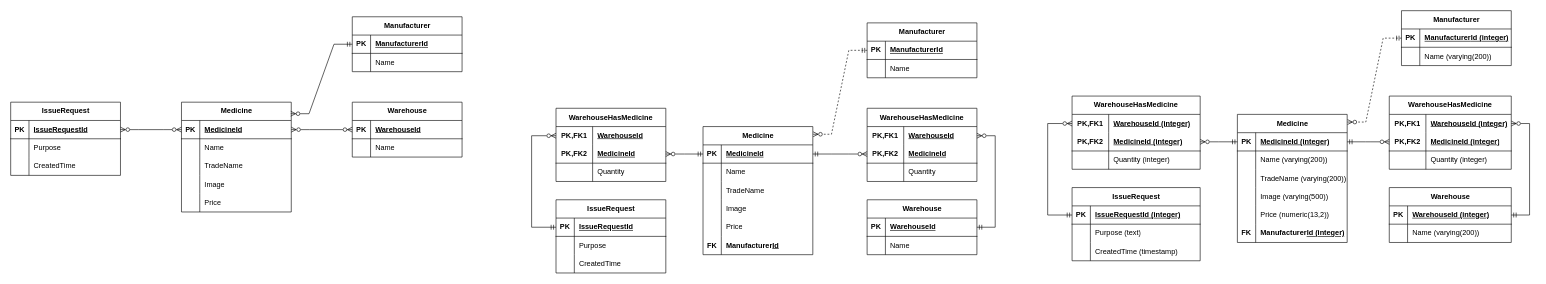
Before: Проектирование/DB/db.drawio in 4qiz/Practika2024, a draw.io diagram. Source tidied: cells renumbered, new cells numbered last; positions are measured from the earlier drawing's top-left corner, leaving out a move shared by most shapes. Both pictures are drawn from the tidied source at 61%, with x=0, y=0 at pixel (10, 10).
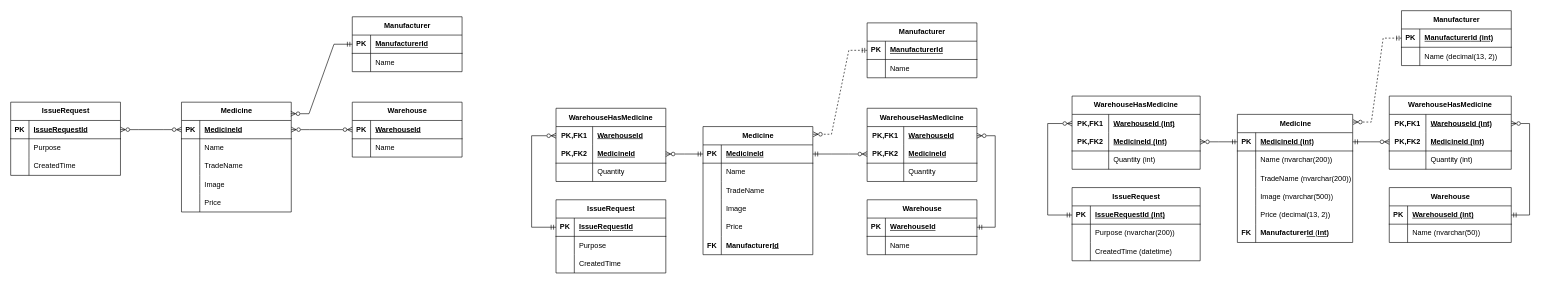
The same diagram, later.

Unchanged cells that the change refers to:
```xml
<mxCell id="133" style="shape=tableRow;horizontal=0;startSize=0;swimlaneHead=0;swimlaneBody=0;fillColor=none;points=[[0,0.5],[1,0.5]];portConstraint=eastwest;top=0;left=0;right=0;bottom=1;" parent="132" vertex="1">
  <mxGeometry y="30" width="200" height="30" as="geometry" />
</mxCell>
<mxCell id="136" style="shape=tableRow;horizontal=0;startSize=0;swimlaneHead=0;swimlaneBody=0;fillColor=none;top=0;left=0;right=0;bottom=0;" parent="132" vertex="1">
  <mxGeometry y="60" width="200" height="30" as="geometry" />
</mxCell>
<mxCell id="140" style="shape=tableRow;horizontal=0;startSize=0;swimlaneHead=0;swimlaneBody=0;fillColor=none;points=[[0,0.5],[1,0.5]];portConstraint=eastwest;top=0;left=0;right=0;bottom=1;" parent="139" vertex="1">
  <mxGeometry y="30" width="180" height="30" as="geometry" />
</mxCell>
<mxCell id="143" style="shape=tableRow;horizontal=0;startSize=0;swimlaneHead=0;swimlaneBody=0;fillColor=none;top=0;left=0;right=0;bottom=0;" parent="139" vertex="1">
  <mxGeometry y="60" width="180" height="30" as="geometry" />
</mxCell>
<mxCell id="148" style="shape=tableRow;horizontal=0;startSize=0;swimlaneHead=0;swimlaneBody=0;fillColor=none;points=[[0,0.5],[1,0.5]];portConstraint=eastwest;top=0;left=0;right=0;bottom=1;" parent="147" vertex="1">
  <mxGeometry y="30" width="210" height="30" as="geometry" />
</mxCell>
<mxCell id="151" style="shape=tableRow;horizontal=0;startSize=0;swimlaneHead=0;swimlaneBody=0;fillColor=none;top=0;left=0;right=0;bottom=0;" parent="147" vertex="1">
  <mxGeometry y="60" width="210" height="30" as="geometry" />
</mxCell>
<mxCell id="154" style="shape=tableRow;horizontal=0;startSize=0;swimlaneHead=0;swimlaneBody=0;fillColor=none;top=0;left=0;right=0;bottom=0;" parent="147" vertex="1">
  <mxGeometry y="90" width="210" height="30" as="geometry" />
</mxCell>
<mxCell id="158" style="shape=tableRow;horizontal=0;startSize=0;swimlaneHead=0;swimlaneBody=0;fillColor=none;points=[[0,0.5],[1,0.5]];portConstraint=eastwest;top=0;left=0;right=0;bottom=0;html=1;" parent="157" vertex="1">
  <mxGeometry y="30" width="200" height="30" as="geometry" />
</mxCell>
<mxCell id="161" style="shape=tableRow;horizontal=0;startSize=0;swimlaneHead=0;swimlaneBody=0;fillColor=none;points=[[0,0.5],[1,0.5]];portConstraint=eastwest;top=0;left=0;right=0;bottom=1;html=1;" parent="157" vertex="1">
  <mxGeometry y="60" width="200" height="30" as="geometry" />
</mxCell>
<mxCell id="164" style="shape=tableRow;horizontal=0;startSize=0;swimlaneHead=0;swimlaneBody=0;fillColor=none;top=0;left=0;right=0;bottom=0;html=1;" parent="157" vertex="1">
  <mxGeometry y="90" width="200" height="30" as="geometry" />
</mxCell>
<mxCell id="170" style="shape=tableRow;horizontal=0;startSize=0;swimlaneHead=0;swimlaneBody=0;fillColor=none;points=[[0,0.5],[1,0.5]];portConstraint=eastwest;top=0;left=0;right=0;bottom=0;html=1;" parent="169" vertex="1">
  <mxGeometry y="30" width="210" height="30" as="geometry" />
</mxCell>
<mxCell id="173" style="shape=tableRow;horizontal=0;startSize=0;swimlaneHead=0;swimlaneBody=0;fillColor=none;points=[[0,0.5],[1,0.5]];portConstraint=eastwest;top=0;left=0;right=0;bottom=1;html=1;" parent="169" vertex="1">
  <mxGeometry y="60" width="210" height="30" as="geometry" />
</mxCell>
<mxCell id="176" style="shape=tableRow;horizontal=0;startSize=0;swimlaneHead=0;swimlaneBody=0;fillColor=none;top=0;left=0;right=0;bottom=0;html=1;" parent="169" vertex="1">
  <mxGeometry y="90" width="210" height="30" as="geometry" />
</mxCell>
```

Diff of the diagram source:
```diff
@@
     <mxCell id="113" value="Medicine" style="shape=table;startSize=30;childLayout=tableLayout;rowLines=0;fontStyle=1;align=center;html=1;" parent="1" vertex="1">
-      <mxGeometry x="2011" y="170" width="180" height="210" as="geometry" />
+      <mxGeometry x="2011" y="170" width="189" height="210" as="geometry" />
     </mxCell>
     <mxCell id="114" style="shape=tableRow;horizontal=0;startSize=0;swimlaneHead=0;swimlaneBody=0;fillColor=none;points=[[0,0.5],[1,0.5]];portConstraint=eastwest;top=0;left=0;right=0;bottom=1;" parent="113" vertex="1">
-      <mxGeometry y="30" width="180" height="30" as="geometry" />
+      <mxGeometry y="30" width="189" height="30" as="geometry" />
     </mxCell>
@@
-    <mxCell id="116" value="MedicineId (integer)" style="shape=partialRectangle;fillColor=none;top=0;left=0;bottom=0;right=0;align=left;spacingLeft=6;fontStyle=5;overflow=hidden;whiteSpace=wrap;html=1;" parent="114" vertex="1">
-      <mxGeometry x="30" width="150" height="30" as="geometry" />
+    <mxCell id="116" value="MedicineId (int)" style="shape=partialRectangle;fillColor=none;top=0;left=0;bottom=0;right=0;align=left;spacingLeft=6;fontStyle=5;overflow=hidden;whiteSpace=wrap;html=1;" parent="114" vertex="1">
+      <mxGeometry x="30" width="159" height="30" as="geometry" />
     </mxCell>
     <mxCell id="117" style="shape=tableRow;horizontal=0;startSize=0;swimlaneHead=0;swimlaneBody=0;fillColor=none;top=0;left=0;right=0;bottom=0;" parent="113" vertex="1">
-      <mxGeometry y="60" width="180" height="30" as="geometry" />
+      <mxGeometry y="60" width="189" height="30" as="geometry" />
     </mxCell>
@@
-    <mxCell id="119" value="Name (varying(200))" style="shape=partialRectangle;fillColor=none;top=0;left=0;bottom=0;right=0;align=left;spacingLeft=6;overflow=hidden;whiteSpace=wrap;html=1;" parent="117" vertex="1">
-      <mxGeometry x="30" width="150" height="30" as="geometry" />
+    <mxCell id="119" value="Name (nvarchar(200))" style="shape=partialRectangle;fillColor=none;top=0;left=0;bottom=0;right=0;align=left;spacingLeft=6;overflow=hidden;whiteSpace=wrap;html=1;" parent="117" vertex="1">
+      <mxGeometry x="30" width="159" height="30" as="geometry" />
     </mxCell>
     <mxCell id="120" style="shape=tableRow;horizontal=0;startSize=0;swimlaneHead=0;swimlaneBody=0;fillColor=none;top=0;left=0;right=0;bottom=0;" parent="113" vertex="1">
-      <mxGeometry y="90" width="180" height="30" as="geometry" />
+      <mxGeometry y="90" width="189" height="30" as="geometry" />
     </mxCell>
@@
-    <mxCell id="122" value="TradeName (varying(200))" style="shape=partialRectangle;fillColor=none;top=0;left=0;bottom=0;right=0;align=left;spacingLeft=6;overflow=hidden;whiteSpace=wrap;html=1;" parent="120" vertex="1">
-      <mxGeometry x="30" width="150" height="30" as="geometry" />
+    <mxCell id="122" value="TradeName (nvarchar(200))" style="shape=partialRectangle;fillColor=none;top=0;left=0;bottom=0;right=0;align=left;spacingLeft=6;overflow=hidden;whiteSpace=wrap;html=1;" parent="120" vertex="1">
+      <mxGeometry x="30" width="159" height="30" as="geometry" />
     </mxCell>
     <mxCell id="123" style="shape=tableRow;horizontal=0;startSize=0;swimlaneHead=0;swimlaneBody=0;fillColor=none;top=0;left=0;right=0;bottom=0;" parent="113" vertex="1">
-      <mxGeometry y="120" width="180" height="30" as="geometry" />
+      <mxGeometry y="120" width="189" height="30" as="geometry" />
     </mxCell>
@@
-    <mxCell id="125" value="Image (varying(500))" style="shape=partialRectangle;fillColor=none;top=0;left=0;bottom=0;right=0;align=left;spacingLeft=6;overflow=hidden;whiteSpace=wrap;html=1;" parent="123" vertex="1">
-      <mxGeometry x="30" width="150" height="30" as="geometry" />
+    <mxCell id="125" value="Image (nvarchar(500))" style="shape=partialRectangle;fillColor=none;top=0;left=0;bottom=0;right=0;align=left;spacingLeft=6;overflow=hidden;whiteSpace=wrap;html=1;" parent="123" vertex="1">
+      <mxGeometry x="30" width="159" height="30" as="geometry" />
     </mxCell>
     <mxCell id="126" style="shape=tableRow;horizontal=0;startSize=0;swimlaneHead=0;swimlaneBody=0;fillColor=none;top=0;left=0;right=0;bottom=0;" parent="113" vertex="1">
-      <mxGeometry y="150" width="180" height="30" as="geometry" />
+      <mxGeometry y="150" width="189" height="30" as="geometry" />
     </mxCell>
@@
-    <mxCell id="128" value="Price (numeric(13,2))" style="shape=partialRectangle;fillColor=none;top=0;left=0;bottom=0;right=0;align=left;spacingLeft=6;overflow=hidden;whiteSpace=wrap;html=1;" parent="126" vertex="1">
-      <mxGeometry x="30" width="150" height="30" as="geometry" />
+    <mxCell id="128" value="Price (decimal(13, 2))" style="shape=partialRectangle;fillColor=none;top=0;left=0;bottom=0;right=0;align=left;spacingLeft=6;overflow=hidden;whiteSpace=wrap;html=1;" parent="126" vertex="1">
+      <mxGeometry x="30" width="159" height="30" as="geometry" />
     </mxCell>
     <mxCell id="129" style="shape=tableRow;horizontal=0;startSize=0;swimlaneHead=0;swimlaneBody=0;fillColor=none;top=0;left=0;right=0;bottom=0;" parent="113" vertex="1">
-      <mxGeometry y="180" width="180" height="30" as="geometry" />
+      <mxGeometry y="180" width="189" height="30" as="geometry" />
     </mxCell>
@@
-    <mxCell id="131" value="&lt;span style=&quot;font-weight: 700; text-wrap: nowrap; text-align: center;&quot;&gt;Manufacturer&lt;/span&gt;&lt;span style=&quot;font-weight: 700; text-decoration-line: underline;&quot;&gt;Id&amp;nbsp;&lt;/span&gt;&lt;span style=&quot;font-weight: 700; text-decoration-line: underline;&quot;&gt;(integer)&lt;/span&gt;" style="shape=partialRectangle;fillColor=none;top=0;left=0;bottom=0;right=0;align=left;spacingLeft=6;overflow=hidden;whiteSpace=wrap;html=1;" parent="129" vertex="1">
-      <mxGeometry x="30" width="150" height="30" as="geometry" />
+    <mxCell id="131" value="&lt;span style=&quot;font-weight: 700; text-align: center;&quot;&gt;Manufacturer&lt;/span&gt;&lt;span style=&quot;font-weight: 700; text-decoration-line: underline;&quot;&gt;Id&amp;nbsp;&lt;/span&gt;(&lt;span style=&quot;font-weight: 700; text-decoration-line: underline;&quot;&gt;int&lt;/span&gt;&lt;span style=&quot;font-weight: 700; text-decoration-line: underline;&quot;&gt;)&lt;/span&gt;" style="shape=partialRectangle;fillColor=none;top=0;left=0;bottom=0;right=0;align=left;spacingLeft=6;overflow=hidden;whiteSpace=wrap;html=1;" parent="129" vertex="1">
+      <mxGeometry x="30" width="159" height="30" as="geometry" />
     </mxCell>
@@
-    <mxCell id="135" value="WarehouseId (integer)" style="shape=partialRectangle;fillColor=none;top=0;left=0;bottom=0;right=0;align=left;spacingLeft=6;fontStyle=5;overflow=hidden;whiteSpace=wrap;html=1;" parent="133" vertex="1">
+    <mxCell id="135" value="WarehouseId (int)" style="shape=partialRectangle;fillColor=none;top=0;left=0;bottom=0;right=0;align=left;spacingLeft=6;fontStyle=5;overflow=hidden;whiteSpace=wrap;html=1;" parent="133" vertex="1">
       <mxGeometry x="30" width="170" height="30" as="geometry" />
     </mxCell>
@@
-    <mxCell id="138" value="Name (varying(200))" style="shape=partialRectangle;fillColor=none;top=0;left=0;bottom=0;right=0;align=left;spacingLeft=6;overflow=hidden;whiteSpace=wrap;html=1;" parent="136" vertex="1">
+    <mxCell id="138" value="Name (nvarchar(50))" style="shape=partialRectangle;fillColor=none;top=0;left=0;bottom=0;right=0;align=left;spacingLeft=6;overflow=hidden;whiteSpace=wrap;html=1;" parent="136" vertex="1">
       <mxGeometry x="30" width="170" height="30" as="geometry" />
     </mxCell>
@@
-    <mxCell id="142" value="&lt;span style=&quot;text-align: center; text-wrap: nowrap;&quot;&gt;Manufacturer&lt;/span&gt;Id (integer)" style="shape=partialRectangle;fillColor=none;top=0;left=0;bottom=0;right=0;align=left;spacingLeft=6;fontStyle=5;overflow=hidden;whiteSpace=wrap;html=1;" parent="140" vertex="1">
+    <mxCell id="142" value="&lt;span style=&quot;text-align: center;&quot;&gt;Manufacturer&lt;/span&gt;Id (int)" style="shape=partialRectangle;fillColor=none;top=0;left=0;bottom=0;right=0;align=left;spacingLeft=6;fontStyle=5;overflow=hidden;whiteSpace=wrap;html=1;" parent="140" vertex="1">
       <mxGeometry x="30" width="150" height="30" as="geometry" />
     </mxCell>
@@
-    <mxCell id="145" value="Name (varying(200))" style="shape=partialRectangle;fillColor=none;top=0;left=0;bottom=0;right=0;align=left;spacingLeft=6;overflow=hidden;whiteSpace=wrap;html=1;" parent="143" vertex="1">
+    <mxCell id="145" value="Name (decimal(13, 2))" style="shape=partialRectangle;fillColor=none;top=0;left=0;bottom=0;right=0;align=left;spacingLeft=6;overflow=hidden;whiteSpace=wrap;html=1;" parent="143" vertex="1">
       <mxGeometry x="30" width="150" height="30" as="geometry" />
     </mxCell>
@@
-    <mxCell id="150" value="IssueRequestId (integer)" style="shape=partialRectangle;fillColor=none;top=0;left=0;bottom=0;right=0;align=left;spacingLeft=6;fontStyle=5;overflow=hidden;whiteSpace=wrap;html=1;" parent="148" vertex="1">
+    <mxCell id="150" value="IssueRequestId (int)" style="shape=partialRectangle;fillColor=none;top=0;left=0;bottom=0;right=0;align=left;spacingLeft=6;fontStyle=5;overflow=hidden;whiteSpace=wrap;html=1;" parent="148" vertex="1">
       <mxGeometry x="30" width="180" height="30" as="geometry" />
     </mxCell>
@@
-    <mxCell id="153" value="Purpose (text)" style="shape=partialRectangle;fillColor=none;top=0;left=0;bottom=0;right=0;align=left;spacingLeft=6;overflow=hidden;whiteSpace=wrap;html=1;" parent="151" vertex="1">
+    <mxCell id="153" value="Purpose (nvarchar(200))" style="shape=partialRectangle;fillColor=none;top=0;left=0;bottom=0;right=0;align=left;spacingLeft=6;overflow=hidden;whiteSpace=wrap;html=1;" parent="151" vertex="1">
       <mxGeometry x="30" width="180" height="30" as="geometry" />
     </mxCell>
@@
-    <mxCell id="156" value="CreatedTime (timestamp)" style="shape=partialRectangle;fillColor=none;top=0;left=0;bottom=0;right=0;align=left;spacingLeft=6;overflow=hidden;whiteSpace=wrap;html=1;" parent="154" vertex="1">
+    <mxCell id="156" value="CreatedTime (datetime)" style="shape=partialRectangle;fillColor=none;top=0;left=0;bottom=0;right=0;align=left;spacingLeft=6;overflow=hidden;whiteSpace=wrap;html=1;" parent="154" vertex="1">
       <mxGeometry x="30" width="180" height="30" as="geometry" />
     </mxCell>
@@
-    <mxCell id="160" value="WarehouseId (integer)" style="shape=partialRectangle;fillColor=none;top=0;left=0;bottom=0;right=0;align=left;spacingLeft=6;fontStyle=5;overflow=hidden;html=1;whiteSpace=wrap;" parent="158" vertex="1">
+    <mxCell id="160" value="WarehouseId (int)" style="shape=partialRectangle;fillColor=none;top=0;left=0;bottom=0;right=0;align=left;spacingLeft=6;fontStyle=5;overflow=hidden;html=1;whiteSpace=wrap;" parent="158" vertex="1">
       <mxGeometry x="60" width="140" height="30" as="geometry" />
     </mxCell>
@@
-    <mxCell id="163" value="MedicineId (integer)" style="shape=partialRectangle;fillColor=none;top=0;left=0;bottom=0;right=0;align=left;spacingLeft=6;fontStyle=5;overflow=hidden;html=1;whiteSpace=wrap;" parent="161" vertex="1">
+    <mxCell id="163" value="MedicineId (int)" style="shape=partialRectangle;fillColor=none;top=0;left=0;bottom=0;right=0;align=left;spacingLeft=6;fontStyle=5;overflow=hidden;html=1;whiteSpace=wrap;" parent="161" vertex="1">
       <mxGeometry x="60" width="140" height="30" as="geometry" />
     </mxCell>
@@
-    <mxCell id="166" value="Quantity&amp;nbsp;(integer)" style="shape=partialRectangle;fillColor=none;top=0;left=0;bottom=0;right=0;align=left;spacingLeft=6;overflow=hidden;html=1;whiteSpace=wrap;" parent="164" vertex="1">
+    <mxCell id="166" value="Quantity&amp;nbsp;(int)" style="shape=partialRectangle;fillColor=none;top=0;left=0;bottom=0;right=0;align=left;spacingLeft=6;overflow=hidden;html=1;whiteSpace=wrap;" parent="164" vertex="1">
       <mxGeometry x="60" width="140" height="30" as="geometry" />
     </mxCell>
@@
-    <mxCell id="172" value="WarehouseId (integer)" style="shape=partialRectangle;fillColor=none;top=0;left=0;bottom=0;right=0;align=left;spacingLeft=6;fontStyle=5;overflow=hidden;html=1;whiteSpace=wrap;" parent="170" vertex="1">
+    <mxCell id="172" value="WarehouseId (int)" style="shape=partialRectangle;fillColor=none;top=0;left=0;bottom=0;right=0;align=left;spacingLeft=6;fontStyle=5;overflow=hidden;html=1;whiteSpace=wrap;" parent="170" vertex="1">
       <mxGeometry x="60" width="150" height="30" as="geometry" />
     </mxCell>
@@
-    <mxCell id="175" value="MedicineId (integer)" style="shape=partialRectangle;fillColor=none;top=0;left=0;bottom=0;right=0;align=left;spacingLeft=6;fontStyle=5;overflow=hidden;html=1;whiteSpace=wrap;" parent="173" vertex="1">
+    <mxCell id="175" value="MedicineId (int)" style="shape=partialRectangle;fillColor=none;top=0;left=0;bottom=0;right=0;align=left;spacingLeft=6;fontStyle=5;overflow=hidden;html=1;whiteSpace=wrap;" parent="173" vertex="1">
       <mxGeometry x="60" width="150" height="30" as="geometry" />
     </mxCell>
@@
-    <mxCell id="178" value="Quantity (integer)" style="shape=partialRectangle;fillColor=none;top=0;left=0;bottom=0;right=0;align=left;spacingLeft=6;overflow=hidden;html=1;whiteSpace=wrap;" parent="176" vertex="1">
+    <mxCell id="178" value="Quantity (int)" style="shape=partialRectangle;fillColor=none;top=0;left=0;bottom=0;right=0;align=left;spacingLeft=6;overflow=hidden;html=1;whiteSpace=wrap;" parent="176" vertex="1">
       <mxGeometry x="60" width="150" height="30" as="geometry" />
     </mxCell>
```
